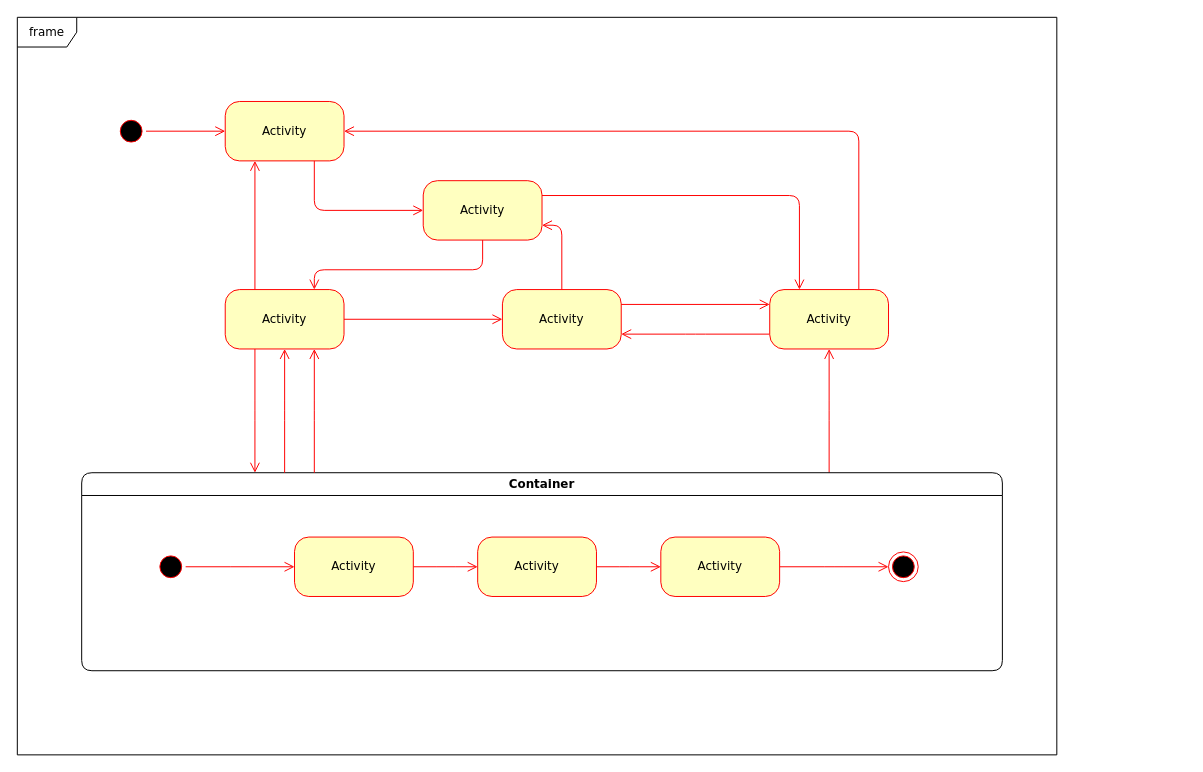
Earlier version of the draw.io diagram 未命名绘图.drawio (sunmiao0301/Public-Pic-Bed). Source tidied: cells renumbered, new cells numbered last; positions are measured from the earlier drawing's top-left corner, leaving out a move shared by most shapes. Both pictures are drawn from the tidied source at 99%, with x=0, y=0 at pixel (17, 17).
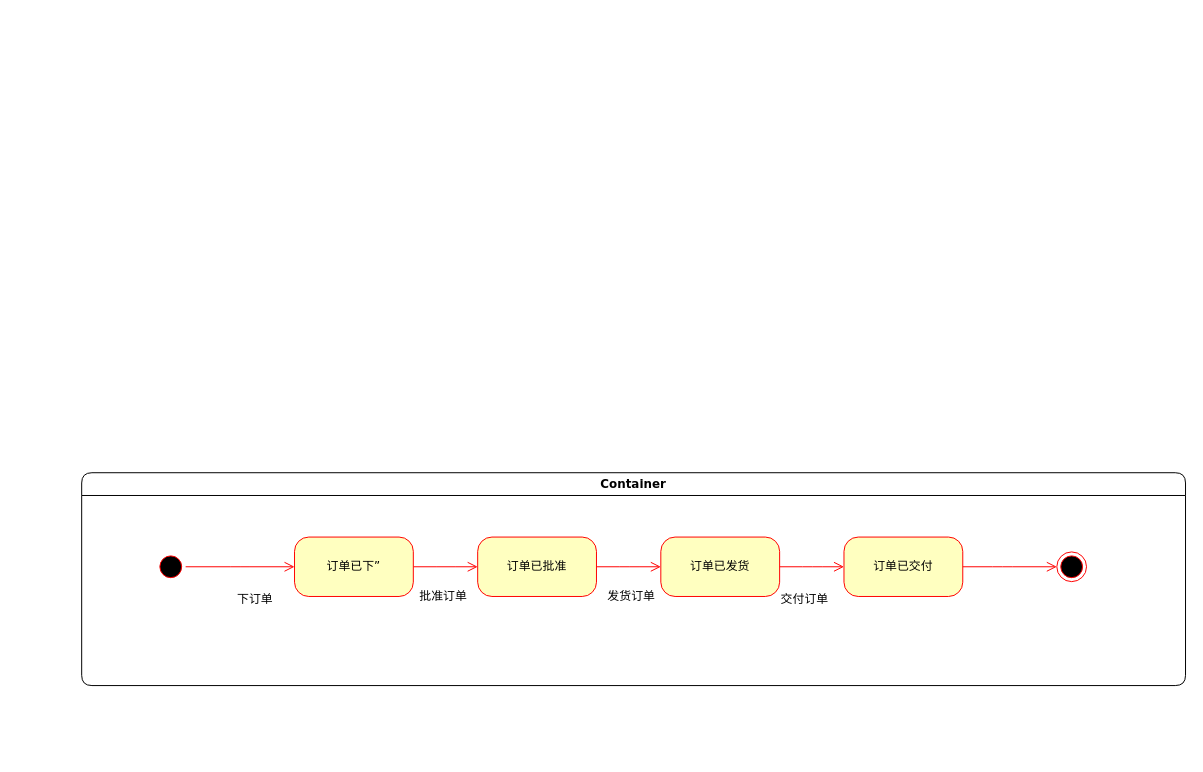
After the change.

Commit message (it also covers changes not shown here):
更新未命名绘图.drawio

Change to the diagram source:
```diff
@@
-    <mxCell id="2" style="ellipse;html=1;shape=startState;fillColor=#000000;strokeColor=#ff0000;rounded=1;shadow=0;comic=0;labelBackgroundColor=none;fontFamily=Verdana;fontSize=12;fontColor=#000000;align=center;direction=south;" parent="1" vertex="1">
-      <mxGeometry x="100" y="100" width="30" height="30" as="geometry" />
-    </mxCell>
-    <mxCell id="3" value="Activity" style="rounded=1;whiteSpace=wrap;html=1;arcSize=24;fillColor=#ffffc0;strokeColor=#ff0000;shadow=0;comic=0;labelBackgroundColor=none;fontFamily=Verdana;fontSize=12;fontColor=#000000;align=center;" parent="1" vertex="1">
-      <mxGeometry x="210" y="275" width="120" height="60" as="geometry" />
-    </mxCell>
-    <mxCell id="4" value="Activity" style="rounded=1;whiteSpace=wrap;html=1;arcSize=24;fillColor=#ffffc0;strokeColor=#ff0000;shadow=0;comic=0;labelBackgroundColor=none;fontFamily=Verdana;fontSize=12;fontColor=#000000;align=center;" parent="1" vertex="1">
-      <mxGeometry x="210" y="85" width="120" height="60" as="geometry" />
-    </mxCell>
-    <mxCell id="5" style="edgeStyle=orthogonalEdgeStyle;html=1;exitX=1;exitY=0.25;entryX=0.25;entryY=0;labelBackgroundColor=none;endArrow=open;endSize=8;strokeColor=#ff0000;fontFamily=Verdana;fontSize=12;align=left;" parent="1" edge="1" source="6" target="9">
-      <mxGeometry relative="1" as="geometry" />
-    </mxCell>
-    <mxCell id="6" value="Activity" style="rounded=1;whiteSpace=wrap;html=1;arcSize=24;fillColor=#ffffc0;strokeColor=#ff0000;shadow=0;comic=0;labelBackgroundColor=none;fontFamily=Verdana;fontSize=12;fontColor=#000000;align=center;" parent="1" vertex="1">
-      <mxGeometry x="410" y="165" width="120" height="60" as="geometry" />
-    </mxCell>
-    <mxCell id="7" style="edgeStyle=orthogonalEdgeStyle;html=1;exitX=0.75;exitY=0;entryX=1;entryY=0.5;labelBackgroundColor=none;endArrow=open;endSize=8;strokeColor=#ff0000;fontFamily=Verdana;fontSize=12;align=left;" parent="1" edge="1" source="9" target="4">
-      <mxGeometry relative="1" as="geometry">
-        <Array as="points">
-          <mxPoint x="850" y="115" />
-        </Array>
-      </mxGeometry>
-    </mxCell>
-    <mxCell id="8" style="edgeStyle=elbowEdgeStyle;html=1;exitX=0;exitY=0.75;entryX=1;entryY=0.75;labelBackgroundColor=none;endArrow=open;endSize=8;strokeColor=#ff0000;fontFamily=Verdana;fontSize=12;align=left;" parent="1" edge="1" source="9" target="10">
-      <mxGeometry relative="1" as="geometry" />
-    </mxCell>
-    <mxCell id="9" value="Activity" style="rounded=1;whiteSpace=wrap;html=1;arcSize=24;fillColor=#ffffc0;strokeColor=#ff0000;shadow=0;comic=0;labelBackgroundColor=none;fontFamily=Verdana;fontSize=12;fontColor=#000000;align=center;" parent="1" vertex="1">
-      <mxGeometry x="760" y="275" width="120" height="60" as="geometry" />
-    </mxCell>
-    <mxCell id="10" value="Activity" style="rounded=1;whiteSpace=wrap;html=1;arcSize=24;fillColor=#ffffc0;strokeColor=#ff0000;shadow=0;comic=0;labelBackgroundColor=none;fontFamily=Verdana;fontSize=12;fontColor=#000000;align=center;" parent="1" vertex="1">
-      <mxGeometry x="490" y="275" width="120" height="60" as="geometry" />
-    </mxCell>
-    <mxCell id="11" style="edgeStyle=elbowEdgeStyle;html=1;labelBackgroundColor=none;endArrow=open;endSize=8;strokeColor=#ff0000;fontFamily=Verdana;fontSize=12;align=left;" parent="1" edge="1" source="12" target="9">
-      <mxGeometry relative="1" as="geometry" />
-    </mxCell>
     <mxCell id="12" value="Container" style="swimlane;whiteSpace=wrap;html=1;rounded=1;shadow=0;comic=0;labelBackgroundColor=none;strokeWidth=1;fontFamily=Verdana;fontSize=12;align=center;" parent="1" vertex="1">
-      <mxGeometry x="65" y="460" width="930" height="200" as="geometry" />
+      <mxGeometry x="65" y="460" width="1115" height="215" as="geometry" />
     </mxCell>
@@
-    <mxCell id="14" value="Activity" style="rounded=1;whiteSpace=wrap;html=1;arcSize=24;fillColor=#ffffc0;strokeColor=#ff0000;shadow=0;comic=0;labelBackgroundColor=none;fontFamily=Verdana;fontSize=12;fontColor=#000000;align=center;" parent="12" vertex="1">
+    <mxCell id="14" value="订单已下”" style="rounded=1;whiteSpace=wrap;html=1;arcSize=24;fillColor=#ffffc0;strokeColor=#ff0000;shadow=0;comic=0;labelBackgroundColor=none;fontFamily=Verdana;fontSize=12;fontColor=#000000;align=center;" parent="12" vertex="1">
       <mxGeometry x="215" y="65" width="120" height="60" as="geometry" />
     </mxCell>
     <mxCell id="15" style="ellipse;html=1;shape=endState;fillColor=#000000;strokeColor=#ff0000;rounded=1;shadow=0;comic=0;labelBackgroundColor=none;fontFamily=Verdana;fontSize=12;fontColor=#000000;align=center;" parent="12" vertex="1">
-      <mxGeometry x="815" y="80" width="30" height="30" as="geometry" />
+      <mxGeometry x="985" y="80" width="30" height="30" as="geometry" />
     </mxCell>
@@
-    <mxCell id="19" value="Activity" style="rounded=1;whiteSpace=wrap;html=1;arcSize=24;fillColor=#ffffc0;strokeColor=#ff0000;shadow=0;comic=0;labelBackgroundColor=none;fontFamily=Verdana;fontSize=12;fontColor=#000000;align=center;" parent="12" vertex="1">
+    <mxCell id="19" value="订单已批准" style="rounded=1;whiteSpace=wrap;html=1;arcSize=24;fillColor=#ffffc0;strokeColor=#ff0000;shadow=0;comic=0;labelBackgroundColor=none;fontFamily=Verdana;fontSize=12;fontColor=#000000;align=center;" parent="12" vertex="1">
       <mxGeometry x="400" y="65" width="120" height="60" as="geometry" />
     </mxCell>
-    <mxCell id="20" style="edgeStyle=elbowEdgeStyle;html=1;labelBackgroundColor=none;endArrow=open;endSize=8;strokeColor=#ff0000;fontFamily=Verdana;fontSize=12;align=left;" parent="12" edge="1" source="21" target="15">
-      <mxGeometry relative="1" as="geometry" />
+    <mxCell id="20" style="edgeStyle=elbowEdgeStyle;html=1;labelBackgroundColor=none;endArrow=open;endSize=8;strokeColor=#ff0000;fontFamily=Verdana;fontSize=12;align=left;" parent="12" edge="1" target="15">
+      <mxGeometry relative="1" as="geometry">
+        <mxPoint x="875" y="95" as="sourcePoint" />
+      </mxGeometry>
     </mxCell>
-    <mxCell id="21" value="Activity" style="rounded=1;whiteSpace=wrap;html=1;arcSize=24;fillColor=#ffffc0;strokeColor=#ff0000;shadow=0;comic=0;labelBackgroundColor=none;fontFamily=Verdana;fontSize=12;fontColor=#000000;align=center;" parent="12" vertex="1">
+    <mxCell id="21" value="订单已发货" style="rounded=1;whiteSpace=wrap;html=1;arcSize=24;fillColor=#ffffc0;strokeColor=#ff0000;shadow=0;comic=0;labelBackgroundColor=none;fontFamily=Verdana;fontSize=12;fontColor=#000000;align=center;" parent="12" vertex="1">
       <mxGeometry x="585" y="65" width="120" height="60" as="geometry" />
     </mxCell>
-    <mxCell id="22" value="frame" style="shape=umlFrame;whiteSpace=wrap;html=1;rounded=1;shadow=0;comic=0;labelBackgroundColor=none;strokeWidth=1;fontFamily=Verdana;fontSize=12;align=center;" parent="1" vertex="1">
-      <mxGeometry width="1050" height="745" as="geometry" />
-    </mxCell>
-    <mxCell id="23" style="edgeStyle=orthogonalEdgeStyle;html=1;labelBackgroundColor=none;endArrow=open;endSize=8;strokeColor=#ff0000;fontFamily=Verdana;fontSize=12;align=left;" parent="1" edge="1" source="2" target="4">
-      <mxGeometry relative="1" as="geometry" />
-    </mxCell>
-    <mxCell id="24" style="edgeStyle=orthogonalEdgeStyle;html=1;labelBackgroundColor=none;endArrow=open;endSize=8;strokeColor=#ff0000;fontFamily=Verdana;fontSize=12;align=left;entryX=0;entryY=0.5;" parent="1" edge="1" source="4" target="6">
-      <mxGeometry relative="1" as="geometry">
-        <Array as="points">
-          <mxPoint x="300" y="195" />
-        </Array>
-      </mxGeometry>
-    </mxCell>
-    <mxCell id="25" style="edgeStyle=orthogonalEdgeStyle;html=1;entryX=0.75;entryY=0;labelBackgroundColor=none;endArrow=open;endSize=8;strokeColor=#ff0000;fontFamily=Verdana;fontSize=12;align=left;exitX=0.5;exitY=1;" parent="1" edge="1" source="6" target="3">
-      <mxGeometry relative="1" as="geometry">
-        <Array as="points">
-          <mxPoint x="470" y="255" />
-          <mxPoint x="300" y="255" />
-        </Array>
-      </mxGeometry>
-    </mxCell>
-    <mxCell id="26" style="edgeStyle=orthogonalEdgeStyle;html=1;exitX=0.25;exitY=0;entryX=0.25;entryY=1;labelBackgroundColor=none;endArrow=open;endSize=8;strokeColor=#ff0000;fontFamily=Verdana;fontSize=12;align=left;" parent="1" edge="1" source="3" target="4">
-      <mxGeometry relative="1" as="geometry" />
-    </mxCell>
-    <mxCell id="27" style="edgeStyle=orthogonalEdgeStyle;html=1;exitX=1;exitY=0.5;entryX=0;entryY=0.5;labelBackgroundColor=none;endArrow=open;endSize=8;strokeColor=#ff0000;fontFamily=Verdana;fontSize=12;align=left;" parent="1" edge="1" source="3" target="10">
-      <mxGeometry relative="1" as="geometry" />
-    </mxCell>
-    <mxCell id="28" style="edgeStyle=orthogonalEdgeStyle;html=1;exitX=0.5;exitY=0;entryX=1;entryY=0.75;labelBackgroundColor=none;endArrow=open;endSize=8;strokeColor=#ff0000;fontFamily=Verdana;fontSize=12;align=left;" parent="1" edge="1" source="10" target="6">
-      <mxGeometry relative="1" as="geometry" />
-    </mxCell>
-    <mxCell id="29" style="edgeStyle=orthogonalEdgeStyle;html=1;exitX=1;exitY=0.25;entryX=0;entryY=0.25;labelBackgroundColor=none;endArrow=open;endSize=8;strokeColor=#ff0000;fontFamily=Verdana;fontSize=12;align=left;" parent="1" edge="1" source="10" target="9">
-      <mxGeometry relative="1" as="geometry" />
-    </mxCell>
-    <mxCell id="30" style="edgeStyle=elbowEdgeStyle;html=1;labelBackgroundColor=none;endArrow=open;endSize=8;strokeColor=#ff0000;fontFamily=Verdana;fontSize=12;align=left;entryX=0.75;entryY=1;" parent="1" edge="1" source="12" target="3">
-      <mxGeometry relative="1" as="geometry" />
-    </mxCell>
-    <mxCell id="31" style="edgeStyle=elbowEdgeStyle;html=1;labelBackgroundColor=none;endArrow=open;endSize=8;strokeColor=#ff0000;fontFamily=Verdana;fontSize=12;align=left;entryX=0.5;entryY=1;" parent="1" edge="1" source="12" target="3">
-      <mxGeometry relative="1" as="geometry" />
-    </mxCell>
-    <mxCell id="32" style="edgeStyle=elbowEdgeStyle;html=1;labelBackgroundColor=none;endArrow=open;endSize=8;strokeColor=#ff0000;fontFamily=Verdana;fontSize=12;align=left;exitX=0.25;exitY=1;" parent="1" edge="1" source="3" target="12">
-      <mxGeometry relative="1" as="geometry" />
-    </mxCell>
+    <mxCell id="33" style="edgeStyle=elbowEdgeStyle;html=1;labelBackgroundColor=none;endArrow=open;endSize=8;strokeColor=#ff0000;fontFamily=Verdana;fontSize=12;align=left;" parent="12" edge="1" target="34">
+      <mxGeometry relative="1" as="geometry">
+        <mxPoint x="705" y="95" as="sourcePoint" />
+      </mxGeometry>
+    </mxCell>
+    <mxCell id="34" value="订单已交付" style="rounded=1;whiteSpace=wrap;html=1;arcSize=24;fillColor=#ffffc0;strokeColor=#ff0000;shadow=0;comic=0;labelBackgroundColor=none;fontFamily=Verdana;fontSize=12;fontColor=#000000;align=center;" parent="12" vertex="1">
+      <mxGeometry x="770" y="65" width="120" height="60" as="geometry" />
+    </mxCell>
+    <mxCell id="35" value="批准订单" style="text;html=1;align=center;verticalAlign=middle;strokeColor=none;fillColor=none;" parent="12" vertex="1">
+      <mxGeometry x="330" y="110" width="70" height="30" as="geometry" />
+    </mxCell>
+    <mxCell id="36" value="发货订单" style="text;html=1;align=center;verticalAlign=middle;strokeColor=none;fillColor=none;" parent="12" vertex="1">
+      <mxGeometry x="520" y="110" width="70" height="30" as="geometry" />
+    </mxCell>
+    <mxCell id="37" value="下订单" style="text;html=1;align=center;verticalAlign=middle;strokeColor=none;fillColor=none;" parent="12" vertex="1">
+      <mxGeometry x="145" y="113" width="60" height="30" as="geometry" />
+    </mxCell>
+    <mxCell id="38" value="交付订单" style="text;html=1;align=center;verticalAlign=middle;strokeColor=none;fillColor=none;" parent="12" vertex="1">
+      <mxGeometry x="695" y="113" width="70" height="30" as="geometry" />
+    </mxCell>
```
